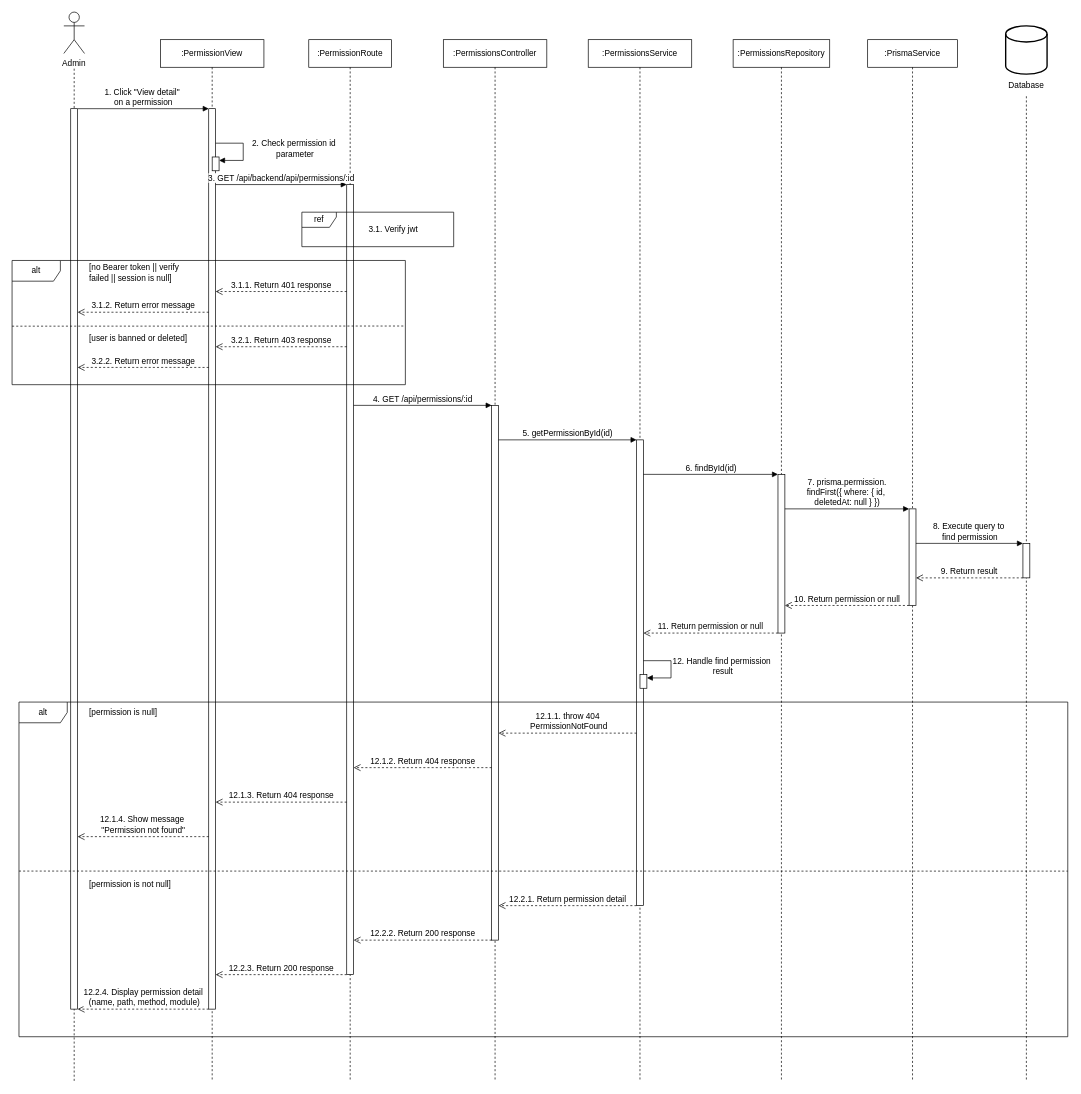
Earlier version of the draw.io diagram sequence-diagrams-remake/UC-15.02-view-permission-detail.drawio (Thunggg/Frevia). Source tidied: cells renumbered, new cells numbered last; positions are measured from the earlier drawing's top-left corner, leaving out a move shared by most shapes. Both pictures are drawn from the tidied source at 69%, with x=0, y=0 at pixel (12, 12).
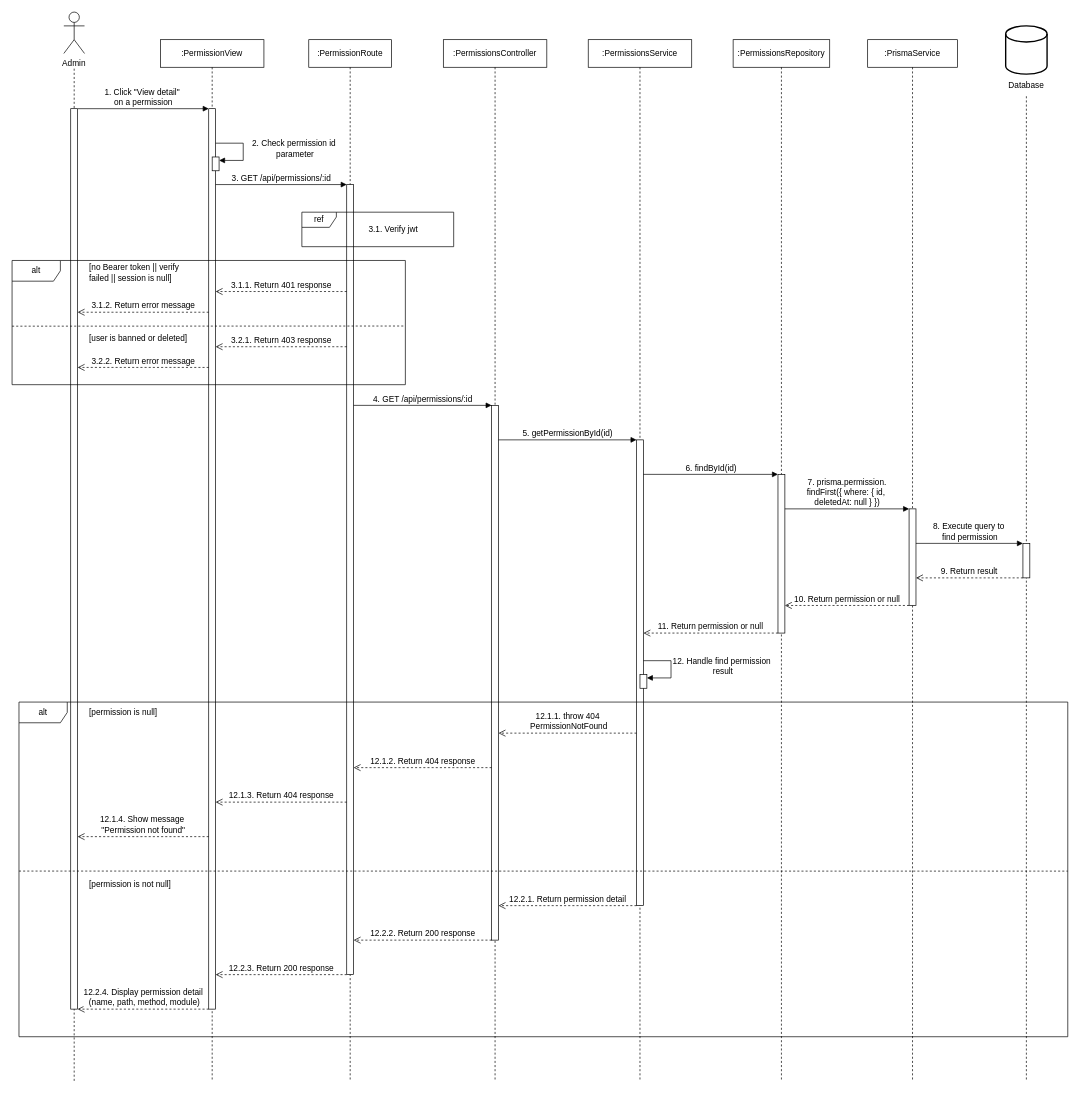
The same page after the edit.

Change to the diagram source:
```diff
@@
-    <mxCell id="24" value="3. GET /api/backend/api/permissions/:id" style="html=1;verticalAlign=bottom;endArrow=block;curved=0;rounded=0;fontSize=12;" parent="1" edge="1">
+    <mxCell id="24" value="3. GET /api/permissions/:id" style="html=1;verticalAlign=bottom;endArrow=block;curved=0;rounded=0;fontSize=12;" parent="1" edge="1">
       <mxGeometry relative="1" as="geometry">
         <mxPoint x="295" y="250" as="sourcePoint" />
         <mxPoint x="485" y="250" as="targetPoint" />
       </mxGeometry>
     </mxCell>
```
